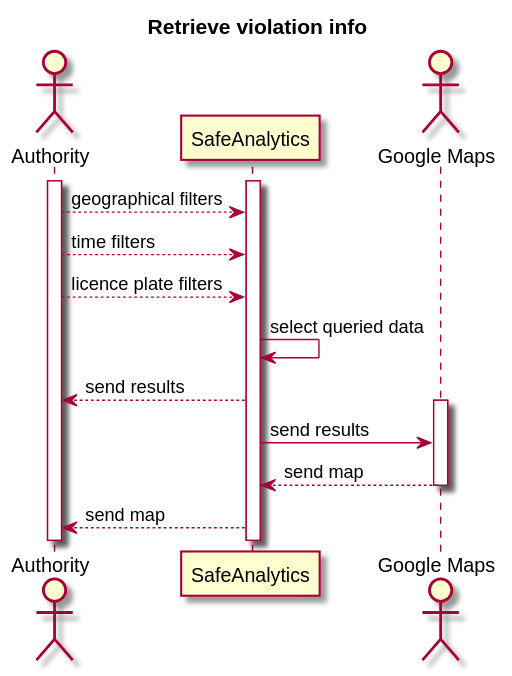
This is RASD/resources/retrieve_violation_info_sequence_diagram.svg from simonebraga/software_engineering_project_2020, a PlantUML export, as it was before one commit. The source it was exported from:
```plantuml
@startuml

title Retrieve violation info

actor Authority
participant "SafeAnalytics" as SafeStreets
actor "Google Maps" as Google

activate Authority
activate SafeStreets

Authority --> SafeStreets : geographical filters
Authority --> SafeStreets : time filters
Authority --> SafeStreets : licence plate filters

SafeStreets -> SafeStreets : select queried data


SafeStreets --> Authority : send results
activate Google
SafeStreets -> Google : send results
Google --> SafeStreets : send map
deactivate Google
SafeStreets --> Authority : send map



@enduml
```
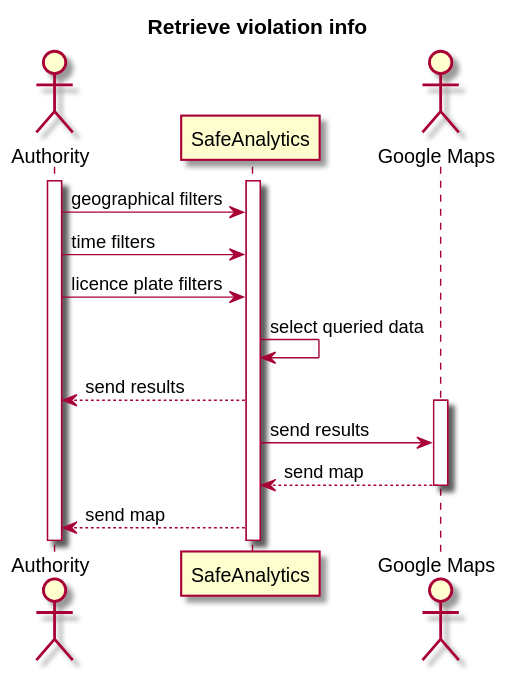
The same diagram one commit later.

Commit message:
add get accident data sequence diagram

Diff of the diagram source:
```diff
@@ -9,9 +9,9 @@
 activate Authority
 activate SafeStreets
 
-Authority --> SafeStreets : geographical filters
-Authority --> SafeStreets : time filters
-Authority --> SafeStreets : licence plate filters
+Authority -> SafeStreets : geographical filters
+Authority -> SafeStreets : time filters
+Authority -> SafeStreets : licence plate filters
 
 SafeStreets -> SafeStreets : select queried data
 
```
